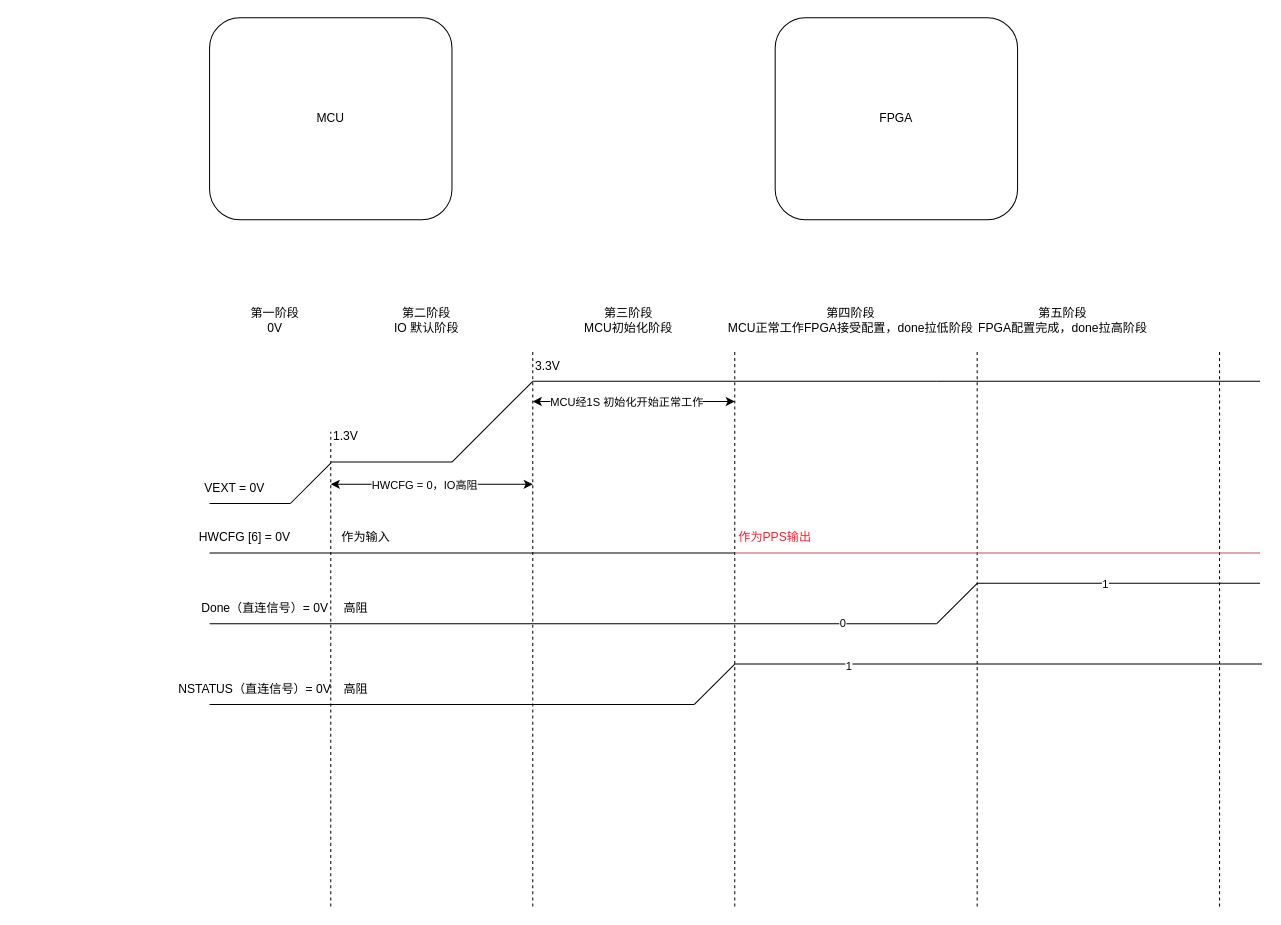
shenwangchong/learngit keeps this draw.io diagram as A11-IO系统测试.drawio. Above is the earlier version. Source tidied: cells renumbered, new cells numbered last; positions are measured from the earlier drawing's top-left corner, leaving out a move shared by most shapes. Both pictures are drawn from the tidied source at 101%, with x=0, y=0 at pixel (169, 17).
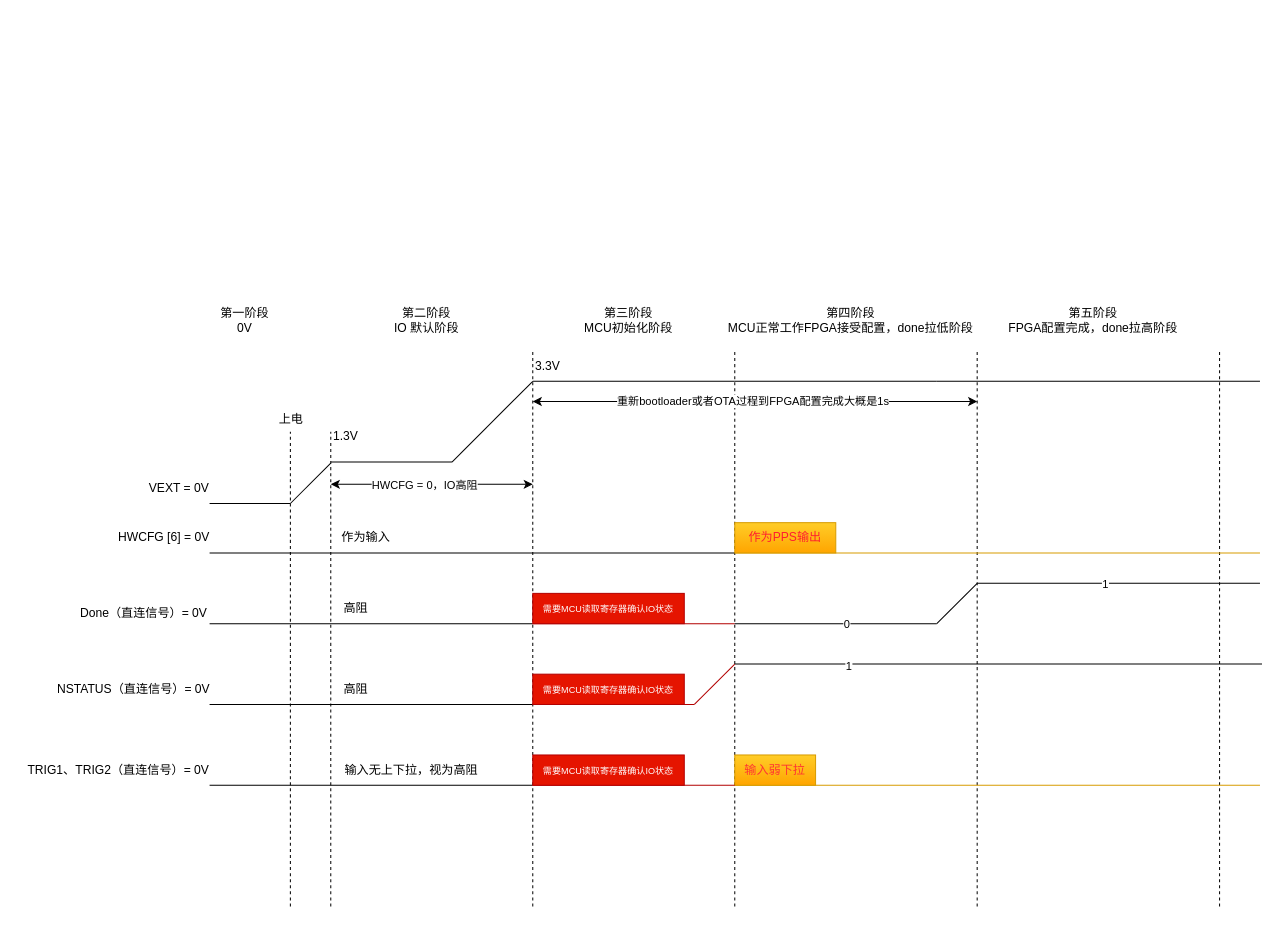
After the change.

Commit message:
更新A11-IO系统测试.drawio

Change to the diagram source:
```diff
@@
-    <mxCell id="2" value="MCU" style="rounded=1;whiteSpace=wrap;html=1;roundedPerimeter=1;" parent="1" vertex="1">
-      <mxGeometry x="40" width="240" height="200" as="geometry" />
-    </mxCell>
-    <mxCell id="3" value="FPGA" style="rounded=1;whiteSpace=wrap;html=1;roundedPerimeter=1;" parent="1" vertex="1">
-      <mxGeometry x="600" width="240" height="200" as="geometry" />
-    </mxCell>
@@
     <mxCell id="9" value="VEXT = 0V" style="text;html=1;whiteSpace=wrap;strokeColor=none;fillColor=none;align=center;verticalAlign=middle;rounded=0;" parent="1" vertex="1">
-      <mxGeometry x="25" y="451" width="80" height="30" as="geometry" />
+      <mxGeometry x="-30" y="451" width="80" height="30" as="geometry" />
     </mxCell>
     <mxCell id="10" value="第一阶段&lt;div&gt;0V&lt;/div&gt;" style="text;html=1;whiteSpace=wrap;strokeColor=none;fillColor=none;align=center;verticalAlign=middle;rounded=0;" parent="1" vertex="1">
-      <mxGeometry x="70" y="280" width="70" height="40" as="geometry" />
+      <mxGeometry x="40" y="280" width="70" height="40" as="geometry" />
     </mxCell>
@@
     <mxCell id="16" style="endArrow=none;html=1;rounded=0;" parent="1" edge="1">
       <mxGeometry relative="1" as="geometry">
         <mxPoint x="40" y="600" as="sourcePoint" />
-        <mxPoint x="760" y="600" as="targetPoint" />
+        <mxPoint x="360" y="600" as="targetPoint" />
       </mxGeometry>
     </mxCell>
-    <mxCell id="17" value="0" style="edgeLabel;html=1;align=center;verticalAlign=middle;" parent="16" vertex="1">
-      <mxGeometry x="0.74" y="1" relative="1" as="geometry" />
-    </mxCell>
     <mxCell id="18" value="Done（直连信号）= 0V" style="text;html=1;whiteSpace=wrap;strokeColor=none;fillColor=none;align=center;verticalAlign=middle;rounded=0;" parent="1" vertex="1">
-      <mxGeometry x="20" y="570" width="150" height="30" as="geometry" />
+      <mxGeometry x="-100" y="575" width="150" height="30" as="geometry" />
     </mxCell>
@@
     <mxCell id="22" value="HWCFG [6] = 0V" style="text;html=1;whiteSpace=wrap;strokeColor=none;fillColor=none;align=center;verticalAlign=middle;rounded=0;" parent="1" vertex="1">
-      <mxGeometry x="20" y="500" width="110" height="30" as="geometry" />
+      <mxGeometry x="-60" y="500" width="110" height="30" as="geometry" />
     </mxCell>
@@
     <mxCell id="24" style="endArrow=classic;startArrow=classic;html=1;rounded=0;" parent="1" edge="1">
       <mxGeometry relative="1" as="geometry">
         <mxPoint x="360" y="380" as="sourcePoint" />
-        <mxPoint x="560" y="380" as="targetPoint" />
+        <mxPoint x="800" y="380" as="targetPoint" />
       </mxGeometry>
     </mxCell>
-    <mxCell id="25" value="MCU经1S 初始化开始正常工作" style="edgeLabel;html=1;align=center;verticalAlign=middle;" parent="24" vertex="1">
-      <mxGeometry x="-0.08" relative="1" as="geometry" />
+    <mxCell id="25" value="&lt;div&gt;&lt;span class=&quot;text-only&quot; style=&quot;white-space: pre;&quot;&gt;重新bootloader或者OTA过程到FPGA配置完成大概是1s&lt;/span&gt;&lt;/div&gt;" style="edgeLabel;html=1;align=center;verticalAlign=middle;" parent="24" vertex="1">
+      <mxGeometry x="-0.58" relative="1" as="geometry">
+        <mxPoint x="125" y="-1" as="offset" />
+      </mxGeometry>
     </mxCell>
@@
     <mxCell id="30" value="第五阶段&lt;div&gt;FPGA配置完成，done拉高阶段&lt;/div&gt;" style="text;html=1;whiteSpace=wrap;strokeColor=none;fillColor=none;align=center;verticalAlign=middle;rounded=0;" parent="1" vertex="1">
-      <mxGeometry x="790" y="280" width="190" height="40" as="geometry" />
+      <mxGeometry x="820" y="280" width="190" height="40" as="geometry" />
     </mxCell>
@@
-    <mxCell id="33" style="endArrow=none;html=1;rounded=0;fillColor=#f8cecc;strokeColor=#b85450;" parent="1" edge="1">
+    <mxCell id="33" style="endArrow=none;html=1;rounded=0;fillColor=#ffcd28;strokeColor=#d79b00;gradientColor=#ffa500;" parent="1" edge="1">
       <mxGeometry relative="1" as="geometry">
         <mxPoint x="560" y="530" as="sourcePoint" />
         <mxPoint x="1080" y="530" as="targetPoint" />
       </mxGeometry>
     </mxCell>
@@
-    <mxCell id="35" value="&lt;span style=&quot;color: rgb(255, 29, 48);&quot;&gt;作为PPS输出&lt;/span&gt;" style="text;html=1;whiteSpace=wrap;strokeColor=none;fillColor=none;align=center;verticalAlign=middle;rounded=0;" parent="1" vertex="1">
-      <mxGeometry x="550" y="500" width="100" height="30" as="geometry" />
+    <mxCell id="35" value="&lt;span style=&quot;color: rgb(255, 29, 48);&quot;&gt;作为PPS输出&lt;/span&gt;" style="text;html=1;whiteSpace=wrap;strokeColor=#d79b00;fillColor=#ffcd28;align=center;verticalAlign=middle;rounded=0;gradientColor=#ffa500;" parent="1" vertex="1">
+      <mxGeometry x="560" y="500" width="100" height="30" as="geometry" />
     </mxCell>
@@
-    <mxCell id="42" style="endArrow=none;html=1;rounded=0;" parent="1" edge="1">
+    <mxCell id="42" style="endArrow=none;html=1;rounded=0;fillColor=#e51400;strokeColor=#B20000;" parent="1" edge="1">
       <mxGeometry relative="1" as="geometry">
         <mxPoint x="520" y="680" as="sourcePoint" />
         <mxPoint x="560" y="640" as="targetPoint" />
       </mxGeometry>
     </mxCell>
     <mxCell id="43" style="endArrow=none;html=1;rounded=0;" parent="1" edge="1">
       <mxGeometry relative="1" as="geometry">
         <mxPoint x="40" y="680" as="sourcePoint" />
-        <mxPoint x="520" y="680" as="targetPoint" />
+        <mxPoint x="360" y="680" as="targetPoint" />
       </mxGeometry>
     </mxCell>
     <mxCell id="44" value="NSTATUS（直连信号）= 0V" style="text;html=1;whiteSpace=wrap;strokeColor=none;fillColor=none;align=center;verticalAlign=middle;rounded=0;" parent="1" vertex="1">
-      <mxGeometry y="650" width="170" height="30" as="geometry" />
+      <mxGeometry x="-120" y="650" width="170" height="30" as="geometry" />
     </mxCell>
@@
+    <mxCell id="46" style="endArrow=none;html=1;rounded=0;" parent="1" edge="1">
+      <mxGeometry relative="1" as="geometry">
+        <mxPoint x="40" y="760" as="sourcePoint" />
+        <mxPoint x="360" y="760" as="targetPoint" />
+      </mxGeometry>
+    </mxCell>
+    <mxCell id="47" style="endArrow=none;dashed=1;html=1;rounded=0;" parent="1" edge="1">
+      <mxGeometry relative="1" as="geometry">
+        <mxPoint x="120" y="880" as="sourcePoint" />
+        <mxPoint x="120" y="410" as="targetPoint" />
+      </mxGeometry>
+    </mxCell>
+    <mxCell id="48" value="上电" style="text;html=1;whiteSpace=wrap;strokeColor=none;fillColor=none;align=center;verticalAlign=middle;rounded=0;" parent="1" vertex="1">
+      <mxGeometry x="96" y="383" width="50" height="30" as="geometry" />
+    </mxCell>
+    <mxCell id="49" value="&lt;div&gt;&lt;span class=&quot;text-only&quot; style=&quot;white-space: pre;&quot;&gt;输入无上下拉，视为高阻&lt;/span&gt;&lt;/div&gt;" style="text;html=1;whiteSpace=wrap;strokeColor=none;fillColor=none;align=center;verticalAlign=middle;rounded=0;" parent="1" vertex="1">
+      <mxGeometry x="160" y="730" width="160" height="30" as="geometry" />
+    </mxCell>
+    <mxCell id="50" style="endArrow=none;html=1;rounded=0;fillColor=#ffcd28;strokeColor=#d79b00;gradientColor=#ffa500;" parent="1" edge="1">
+      <mxGeometry relative="1" as="geometry">
+        <mxPoint x="560" y="760" as="sourcePoint" />
+        <mxPoint x="1080" y="760" as="targetPoint" />
+      </mxGeometry>
+    </mxCell>
+    <mxCell id="51" value="&lt;div&gt;&lt;span class=&quot;text-only&quot; style=&quot;white-space: pre; color: rgb(255, 51, 51);&quot;&gt;输入弱下拉&lt;/span&gt;&lt;/div&gt;" style="text;html=1;whiteSpace=wrap;strokeColor=#d79b00;fillColor=#ffcd28;align=center;verticalAlign=middle;rounded=0;gradientColor=#ffa500;" parent="1" vertex="1">
+      <mxGeometry x="560" y="730" width="80" height="30" as="geometry" />
+    </mxCell>
+    <mxCell id="52" value="&lt;span style=&quot;white-space: pre; background-color: transparent; color: light-dark(rgb(0, 0, 0), rgb(255, 255, 255));&quot;&gt;TRIG1、&lt;/span&gt;&lt;span style=&quot;white-space: pre; background-color: transparent; color: light-dark(rgb(0, 0, 0), rgb(255, 255, 255));&quot;&gt;TRIG2&lt;/span&gt;&lt;span style=&quot;background-color: transparent; color: light-dark(rgb(0, 0, 0), rgb(255, 255, 255));&quot;&gt;（直连信号）= 0V&lt;/span&gt;" style="text;html=1;whiteSpace=wrap;strokeColor=none;fillColor=none;align=center;verticalAlign=middle;rounded=0;" parent="1" vertex="1">
+      <mxGeometry x="-150" y="730" width="200" height="30" as="geometry" />
+    </mxCell>
+    <mxCell id="53" style="endArrow=none;html=1;rounded=0;fillColor=#e51400;strokeColor=#B20000;" parent="1" edge="1">
+      <mxGeometry relative="1" as="geometry">
+        <mxPoint x="360" y="600" as="sourcePoint" />
+        <mxPoint x="560" y="600" as="targetPoint" />
+      </mxGeometry>
+    </mxCell>
+    <mxCell id="54" style="endArrow=none;html=1;rounded=0;" parent="1" edge="1">
+      <mxGeometry relative="1" as="geometry">
+        <mxPoint x="560" y="600" as="sourcePoint" />
+        <mxPoint x="760" y="600" as="targetPoint" />
+      </mxGeometry>
+    </mxCell>
+    <mxCell id="17" value="0" style="edgeLabel;html=1;align=center;verticalAlign=middle;" parent="54" vertex="1">
+      <mxGeometry x="0.1" relative="1" as="geometry" />
+    </mxCell>
+    <mxCell id="55" style="endArrow=none;html=1;rounded=0;fillColor=#e51400;strokeColor=#B20000;" parent="1" edge="1">
+      <mxGeometry relative="1" as="geometry">
+        <mxPoint x="360" y="680" as="sourcePoint" />
+        <mxPoint x="520" y="680" as="targetPoint" />
+      </mxGeometry>
+    </mxCell>
+    <mxCell id="56" style="endArrow=none;html=1;rounded=0;fillColor=#e51400;strokeColor=#B20000;entryX=0;entryY=1;entryDx=0;entryDy=0;" parent="1" edge="1" target="51">
+      <mxGeometry relative="1" as="geometry">
+        <mxPoint x="360" y="760" as="sourcePoint" />
+      </mxGeometry>
+    </mxCell>
+    <mxCell id="57" value="&lt;font style=&quot;font-size: 9px;&quot;&gt;需要MCU读取寄存器确认IO状态&lt;/font&gt;" style="text;html=1;whiteSpace=wrap;strokeColor=#B20000;fillColor=#e51400;align=center;verticalAlign=middle;rounded=0;fontColor=#ffffff;" parent="1" vertex="1">
+      <mxGeometry x="360" y="570" width="150" height="30" as="geometry" />
+    </mxCell>
+    <mxCell id="58" value="&lt;font style=&quot;font-size: 9px;&quot;&gt;需要MCU读取寄存器确认IO状态&lt;/font&gt;" style="text;html=1;whiteSpace=wrap;strokeColor=#B20000;fillColor=#e51400;align=center;verticalAlign=middle;rounded=0;fontColor=#ffffff;" parent="1" vertex="1">
+      <mxGeometry x="360" y="730" width="150" height="30" as="geometry" />
+    </mxCell>
+    <mxCell id="59" value="&lt;font style=&quot;font-size: 9px;&quot;&gt;需要MCU读取寄存器确认IO状态&lt;/font&gt;" style="text;html=1;whiteSpace=wrap;strokeColor=#B20000;fillColor=#e51400;align=center;verticalAlign=middle;rounded=0;fontColor=#ffffff;" parent="1" vertex="1">
+      <mxGeometry x="360" y="650" width="150" height="30" as="geometry" />
+    </mxCell>
```
